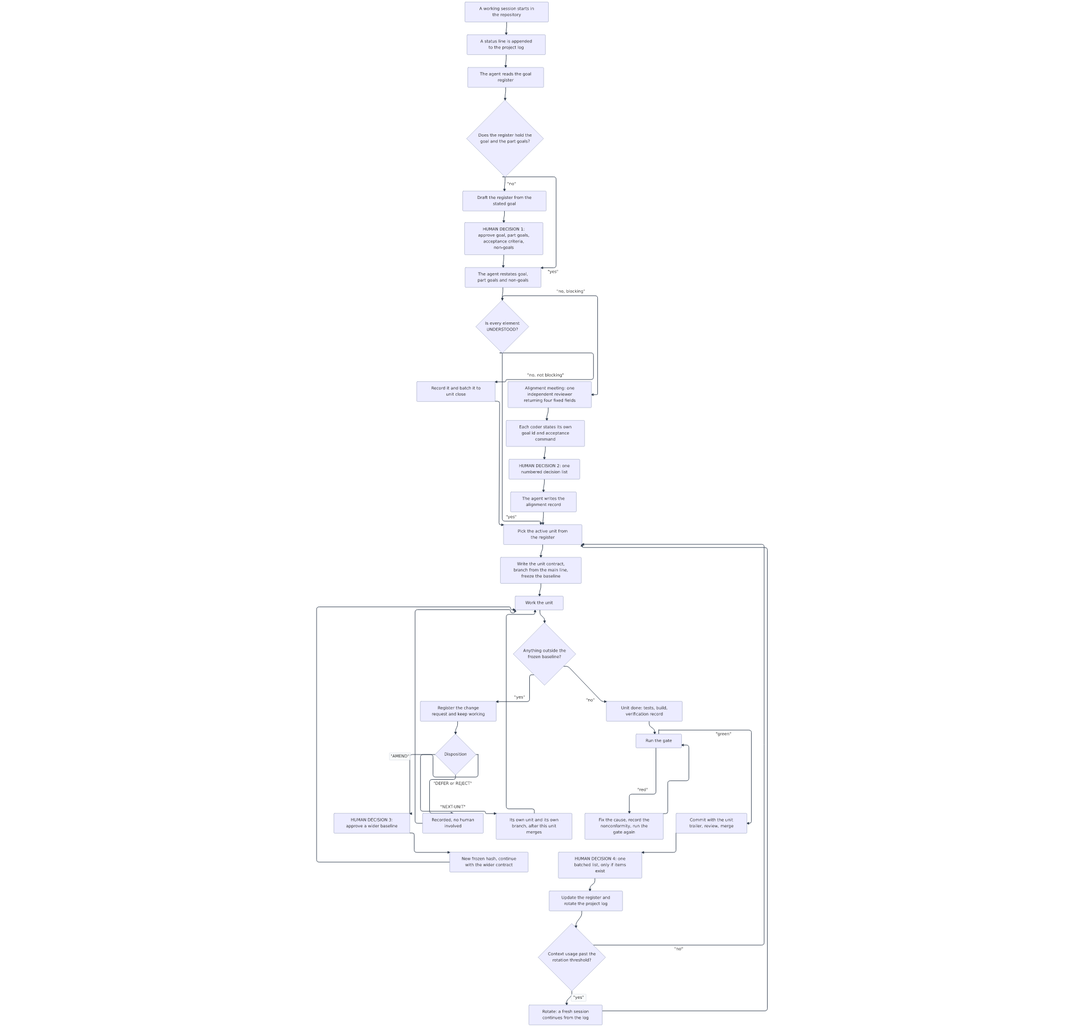
This is diagrams/flow-lifecycle.png from JLFN/projectcodeflow, a Mermaid export, as it was before one commit. Its source is kept beside it as diagrams/flow-lifecycle.mmd.
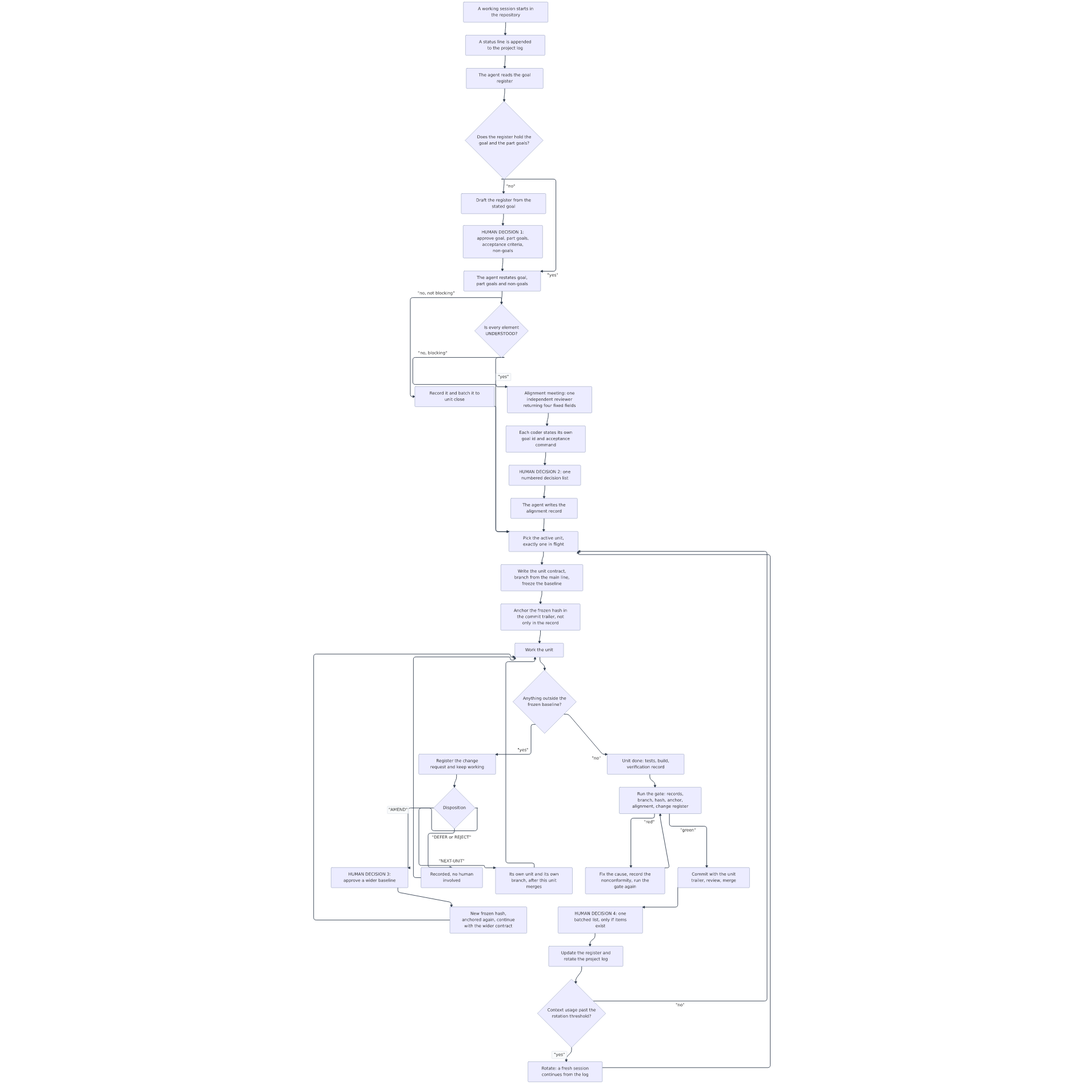
Above is the later version.

Commit message:
docs(presentation): align the diagram and the board visual with the hardened gate

The edit, as a diff of the source:
```diff
@@ -14,21 +14,22 @@
   MP --> I
   G -->|"no, not blocking"| N1["Record it and batch it to unit close"]
   N1 --> I
-  G -->|"yes"| I["Pick the active unit from the register"]
+  G -->|"yes"| I["Pick the active unit, exactly one in flight"]
   I --> J["Write the unit contract, branch from the main line, freeze the baseline"]
-  J --> K["Work the unit"]
+  J --> J3["Anchor the frozen hash in the commit trailer, not only in the record"]
+  J3 --> K["Work the unit"]
   K --> L{"Anything outside the frozen baseline?"}
   L -->|"yes"| L2["Register the change request and keep working"]
   L2 --> L3{"Disposition"}
   L3 -->|"AMEND"| H2["HUMAN DECISION 3: approve a wider baseline"]
-  H2 --> J2["New frozen hash, continue with the wider contract"]
+  H2 --> J2["New frozen hash, anchored again, continue with the wider contract"]
   J2 --> K
   L3 -->|"NEXT-UNIT"| NU["Its own unit and its own branch, after this unit merges"]
   L3 -->|"DEFER or REJECT"| REG["Recorded, no human involved"]
   NU --> K
   REG --> K
   L -->|"no"| O["Unit done: tests, build, verification record"]
-  O --> P["Run the gate"]
+  O --> P["Run the gate: records, branch, hash, anchor, alignment, change register"]
   P -->|"red"| R1["Fix the cause, record the nonconformity, run the gate again"]
   R1 --> P
   P -->|"green"| Q["Commit with the unit trailer, review, merge"]
```
